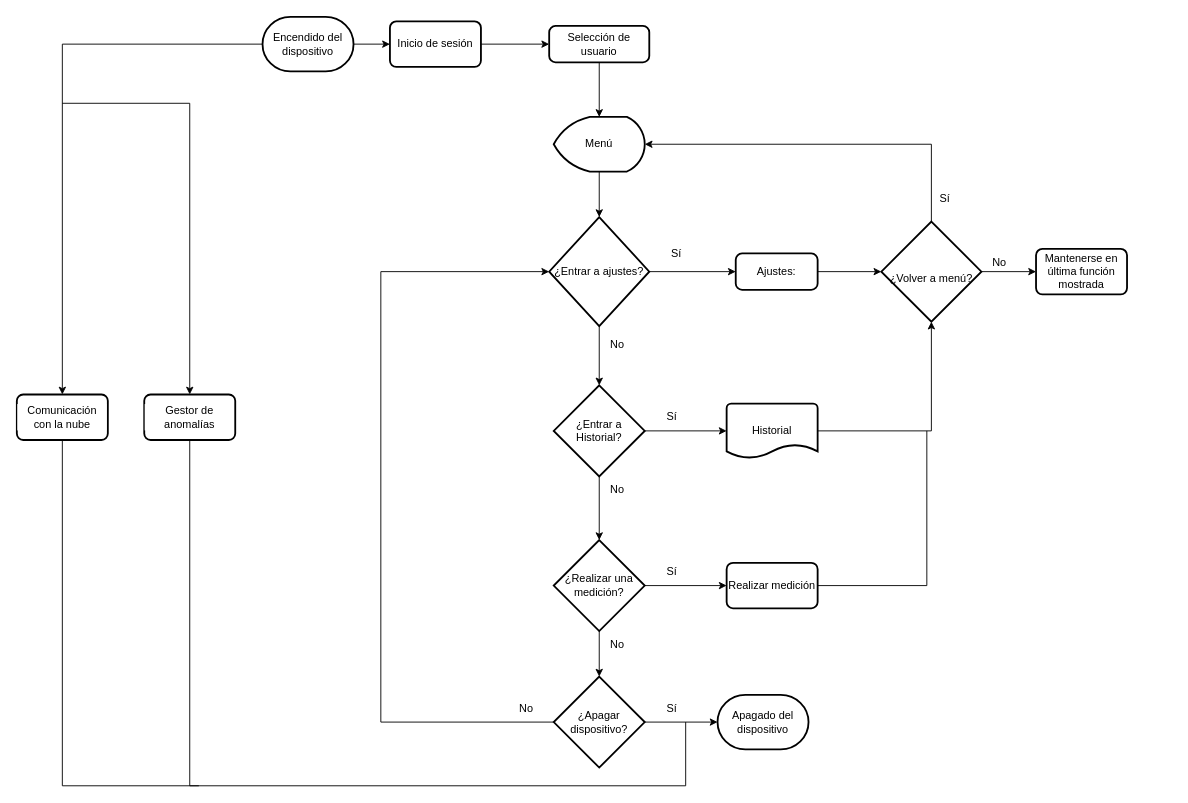
Above: Tercera_Fase/Diagramas de software/Diagrama_General.drawio in Angeloib98/BIATRONIC (draw.io), before the change. Source tidied: cells renumbered, new cells numbered last; positions are measured from the earlier drawing's top-left corner, leaving out a move shared by most shapes. Both pictures are drawn from the tidied source at 91%, with x=0, y=0 at pixel (16, 16).
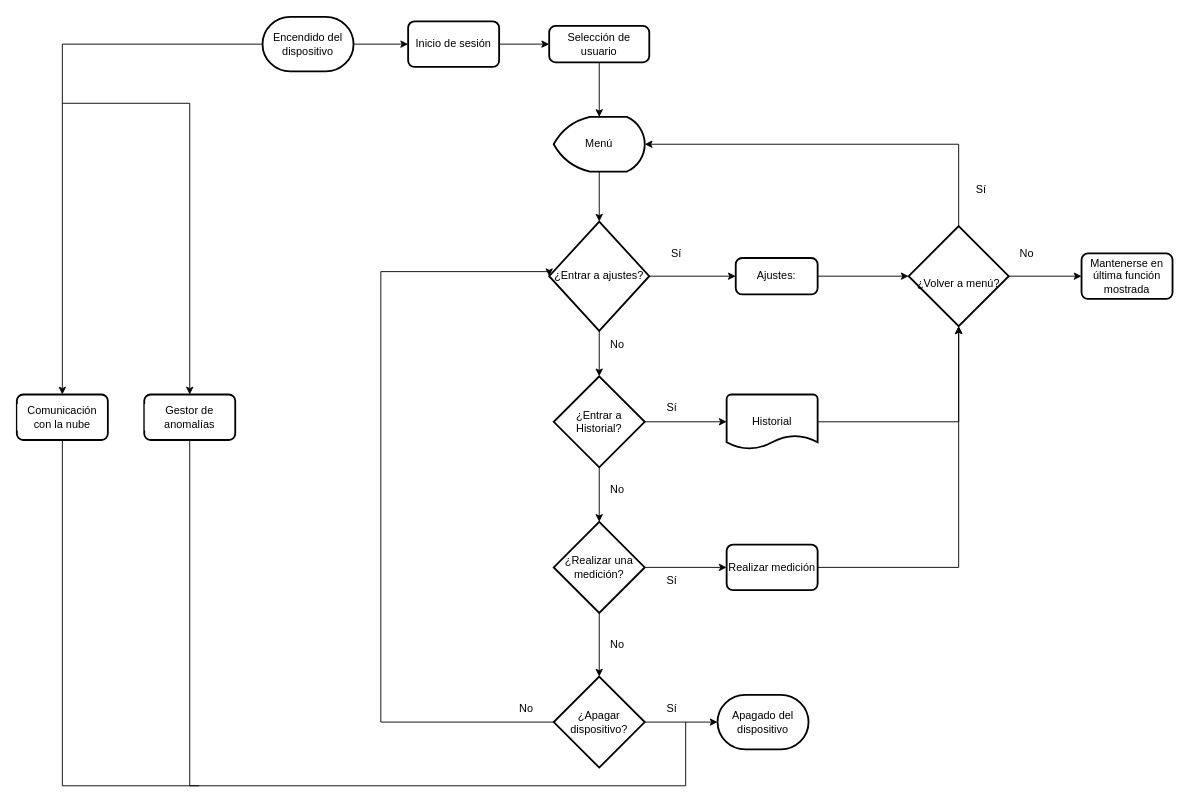
After the change.

Diff of the diagram source:
```diff
@@
     <mxCell id="3" value="¿Entrar a ajustes?" style="strokeWidth=2;html=1;shape=mxgraph.flowchart.decision;whiteSpace=wrap;fillColor=default;strokeColor=default;fontColor=default;" parent="1" vertex="1">
-      <mxGeometry x="585" y="220" width="110" height="120" as="geometry" />
+      <mxGeometry x="585" y="225" width="110" height="120" as="geometry" />
     </mxCell>
@@
     <mxCell id="5" value="¿Entrar a Historial?" style="strokeWidth=2;html=1;shape=mxgraph.flowchart.decision;whiteSpace=wrap;fillColor=default;strokeColor=default;fontColor=default;" parent="1" vertex="1">
-      <mxGeometry x="590" y="405" width="100" height="100" as="geometry" />
+      <mxGeometry x="590" y="395" width="100" height="100" as="geometry" />
     </mxCell>
@@
     <mxCell id="8" value="¿Realizar una medición?" style="strokeWidth=2;html=1;shape=mxgraph.flowchart.decision;whiteSpace=wrap;fillColor=default;strokeColor=default;fontColor=default;" parent="1" vertex="1">
-      <mxGeometry x="590" y="575" width="100" height="100" as="geometry" />
+      <mxGeometry x="590" y="555" width="100" height="100" as="geometry" />
     </mxCell>
@@
-    <mxCell id="20" style="edgeStyle=orthogonalEdgeStyle;rounded=0;jettySize=auto;html=1;exitX=1;exitY=0.5;exitDx=0;exitDy=0;exitPerimeter=0;entryX=0.5;entryY=1;entryDx=0;entryDy=0;entryPerimeter=0;" parent="1" edge="1" source="21" target="36">
+    <mxCell id="20" style="edgeStyle=orthogonalEdgeStyle;jettySize=auto;html=1;exitX=1;exitY=0.5;exitDx=0;exitDy=0;exitPerimeter=0;entryX=0.5;entryY=1;entryDx=0;entryDy=0;entryPerimeter=0;strokeColor=default;labelBackgroundColor=default;fontColor=default;rounded=0;jumpSize=4;jumpStyle=none;" parent="1" edge="1" source="21" target="36">
       <mxGeometry relative="1" as="geometry" />
     </mxCell>
     <mxCell id="21" value="Historial" style="strokeWidth=2;html=1;shape=mxgraph.flowchart.document2;whiteSpace=wrap;size=0.25;fillColor=default;strokeColor=default;fontColor=default;" parent="1" vertex="1">
-      <mxGeometry x="780" y="425" width="100" height="60" as="geometry" />
+      <mxGeometry x="780" y="415" width="100" height="60" as="geometry" />
     </mxCell>
@@
     <mxCell id="24" value="Ajustes:&lt;br&gt;" style="rounded=1;whiteSpace=wrap;html=1;absoluteArcSize=1;arcSize=14;strokeWidth=2;fillColor=default;strokeColor=default;fontColor=default;" parent="1" vertex="1">
-      <mxGeometry x="790" y="260" width="90" height="40" as="geometry" />
+      <mxGeometry x="790" y="265" width="90" height="40" as="geometry" />
     </mxCell>
@@
     <mxCell id="26" value="Sí" style="text;html=1;strokeColor=none;fillColor=none;align=center;verticalAlign=middle;whiteSpace=wrap;rounded=0;fontColor=default;" parent="1" vertex="1">
-      <mxGeometry x="690" y="425" width="60" height="30" as="geometry" />
+      <mxGeometry x="690" y="415" width="60" height="30" as="geometry" />
     </mxCell>
-    <mxCell id="27" style="edgeStyle=orthogonalEdgeStyle;rounded=0;jettySize=auto;html=1;exitX=1;exitY=0.5;exitDx=0;exitDy=0;endArrow=none;endFill=0;strokeColor=default;labelBackgroundColor=default;fontColor=default;" parent="1" edge="1" source="28">
-      <mxGeometry relative="1" as="geometry">
-        <mxPoint x="1000" y="455" as="targetPoint" />
-        <Array as="points">
-          <mxPoint x="1000" y="625" />
-        </Array>
-      </mxGeometry>
-    </mxCell>
+    <mxCell id="49" style="edgeStyle=orthogonalEdgeStyle;rounded=0;jumpStyle=none;jumpSize=4;jettySize=auto;html=1;exitX=1;exitY=0.5;exitDx=0;exitDy=0;entryX=0.5;entryY=1;entryDx=0;entryDy=0;entryPerimeter=0;labelBackgroundColor=default;fontColor=default;strokeColor=default;" parent="1" edge="1" source="28" target="36">
+      <mxGeometry relative="1" as="geometry" />
+    </mxCell>
     <mxCell id="28" value="Realizar medición" style="rounded=1;whiteSpace=wrap;html=1;absoluteArcSize=1;arcSize=14;strokeWidth=2;fillColor=default;strokeColor=default;fontColor=default;" parent="1" vertex="1">
-      <mxGeometry x="780" y="600" width="100" height="50" as="geometry" />
+      <mxGeometry x="780" y="580" width="100" height="50" as="geometry" />
     </mxCell>
     <mxCell id="29" value="Sí" style="text;html=1;strokeColor=none;fillColor=none;align=center;verticalAlign=middle;whiteSpace=wrap;rounded=0;fontColor=default;" parent="1" vertex="1">
-      <mxGeometry x="690" y="595" width="60" height="30" as="geometry" />
+      <mxGeometry x="690" y="605" width="60" height="30" as="geometry" />
     </mxCell>
@@
     <mxCell id="31" value="Inicio de sesión" style="rounded=1;whiteSpace=wrap;html=1;absoluteArcSize=1;arcSize=14;strokeWidth=2;fillColor=default;strokeColor=default;fontColor=default;labelBackgroundColor=default;" parent="1" vertex="1">
-      <mxGeometry x="410" y="5" width="100" height="50" as="geometry" />
+      <mxGeometry x="430" y="5" width="100" height="50" as="geometry" />
     </mxCell>
@@
     <mxCell id="36" value="&lt;br&gt;¿Volver a menú?" style="strokeWidth=2;html=1;shape=mxgraph.flowchart.decision;whiteSpace=wrap;fillColor=default;strokeColor=default;fontColor=default;" parent="1" vertex="1">
-      <mxGeometry x="950" y="225" width="110" height="110" as="geometry" />
+      <mxGeometry x="980" y="230" width="110" height="110" as="geometry" />
     </mxCell>
     <mxCell id="37" value="Mantenerse en última función mostrada" style="rounded=1;whiteSpace=wrap;html=1;absoluteArcSize=1;arcSize=14;strokeWidth=2;fillColor=default;strokeColor=default;fontColor=default;" parent="1" vertex="1">
-      <mxGeometry x="1120" y="255" width="100" height="50" as="geometry" />
+      <mxGeometry x="1170" y="260" width="100" height="50" as="geometry" />
     </mxCell>
     <mxCell id="38" value="No" style="text;html=1;strokeColor=none;fillColor=none;align=center;verticalAlign=middle;whiteSpace=wrap;rounded=0;fontColor=default;" parent="1" vertex="1">
-      <mxGeometry x="1050" y="255" width="60" height="30" as="geometry" />
+      <mxGeometry x="1080" y="245" width="60" height="30" as="geometry" />
     </mxCell>
     <mxCell id="39" value="Sí" style="text;html=1;strokeColor=none;fillColor=none;align=center;verticalAlign=middle;whiteSpace=wrap;rounded=0;fontColor=default;" parent="1" vertex="1">
-      <mxGeometry x="990" y="185" width="60" height="30" as="geometry" />
+      <mxGeometry x="1030" y="175" width="60" height="30" as="geometry" />
     </mxCell>
```
